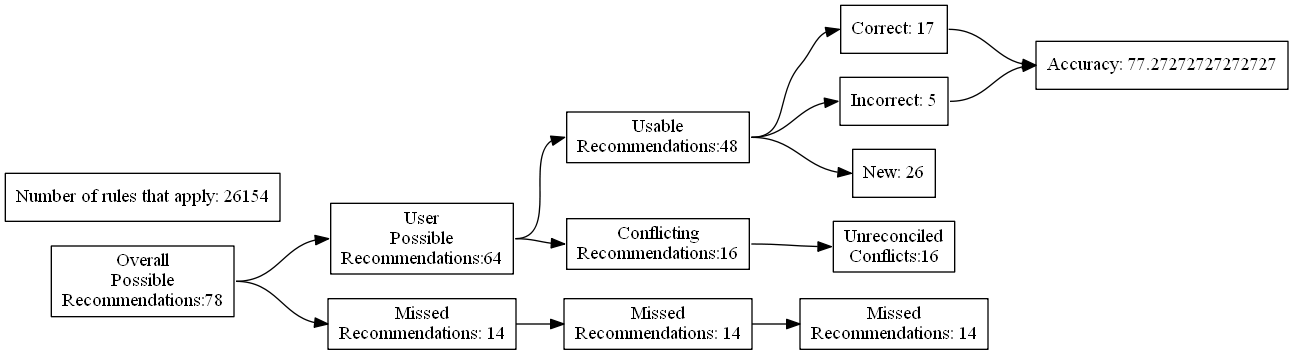
Earlier version of the Graphviz export test_renders/0.gv.png (ZaxR/ibd_diet_analysis). Its source is kept beside it as test_renders/0.gv. The source it was exported from:
```dot
digraph {
	graph [rankdir=LR]
	node [pos=r shape=box]
	edge [headport=w tailport=e]
		A [label="Overall
Possible
Recommendations:78"]
		B [label="User
Possible
Recommendations:64"]
		C [label="Missed
Recommendations: 14"]
		D [label="Usable
Recommendations:48"]
		E [label="Conflicting
Recommendations:16"]
		J [label="Missed
Recommendations: 14"]
		M [label="Unreconciled
Conflicts:16"]
		F [label="Correct: 17"]
		G [label="Incorrect: 5"]
		H [label="New: 26"]
		K [label="Missed
Recommendations: 14"]
		I [label="Accuracy: 77.27272727272727"]
		l [label="Number of rules that apply: 26154"]
			A -> B
			A -> C
			B -> D
			B -> E
			D -> F
			D -> G
			D -> H
			F -> I
			G -> I
			C -> J
			J -> K
			E -> M
}
```
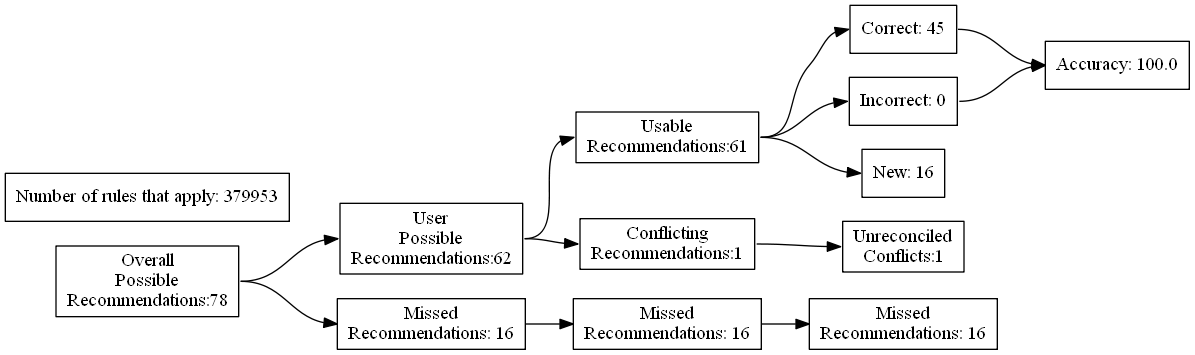
The same diagram one commit later.

Diff of the diagram source:
```diff
@@ -7,24 +7,24 @@
 Recommendations:78"]
 		B [label="User
 Possible
-Recommendations:64"]
+Recommendations:62"]
 		C [label="Missed
-Recommendations: 14"]
+Recommendations: 16"]
 		D [label="Usable
-Recommendations:48"]
+Recommendations:61"]
 		E [label="Conflicting
-Recommendations:16"]
+Recommendations:1"]
 		J [label="Missed
-Recommendations: 14"]
+Recommendations: 16"]
 		M [label="Unreconciled
-Conflicts:16"]
-		F [label="Correct: 17"]
-		G [label="Incorrect: 5"]
-		H [label="New: 26"]
+Conflicts:1"]
+		F [label="Correct: 45"]
+		G [label="Incorrect: 0"]
+		H [label="New: 16"]
 		K [label="Missed
-Recommendations: 14"]
-		I [label="Accuracy: 77.27272727272727"]
-		l [label="Number of rules that apply: 26154"]
+Recommendations: 16"]
+		I [label="Accuracy: 100.0"]
+		l [label="Number of rules that apply: 379953"]
 			A -> B
 			A -> C
 			B -> D
```
